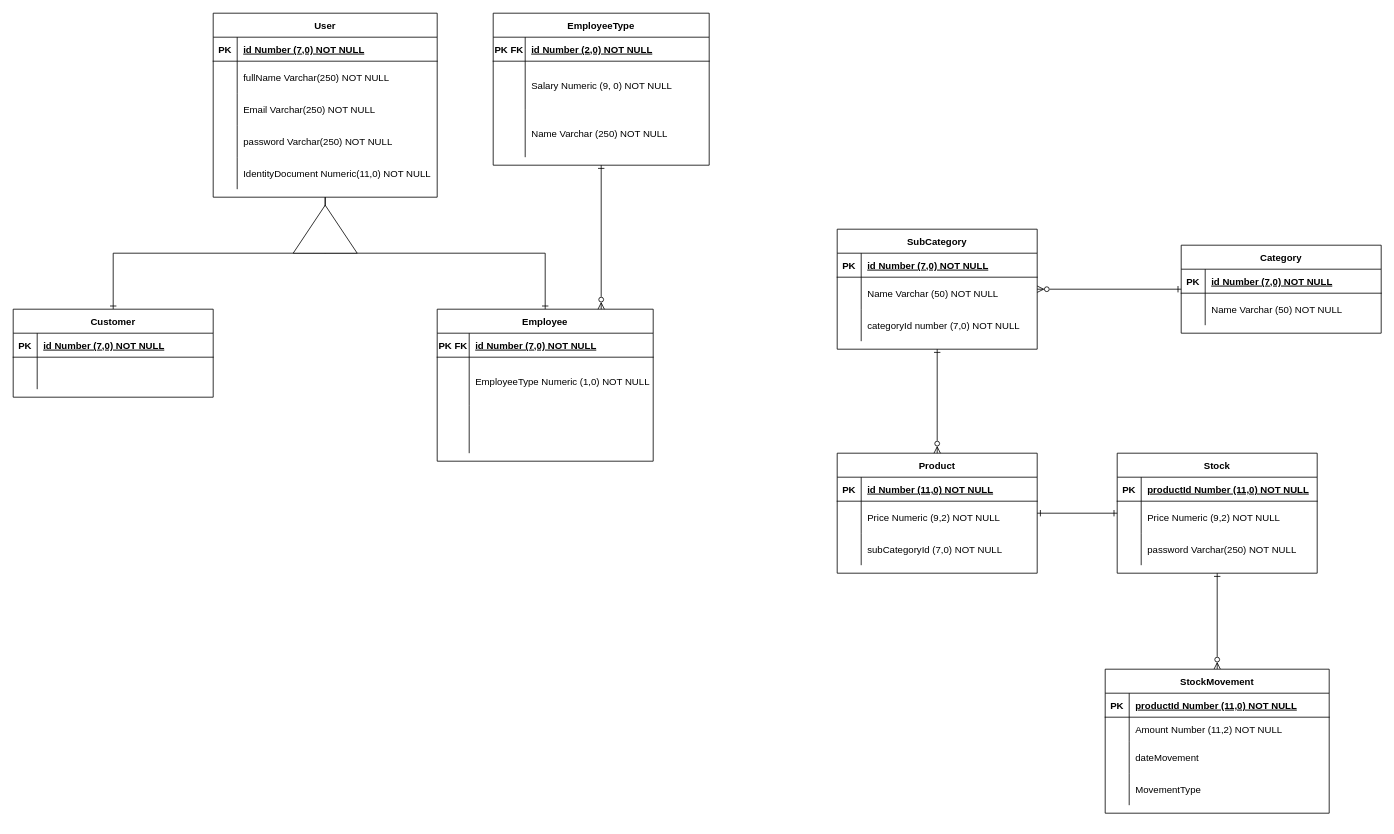
The draw.io diagram SuperMarketModeling.drawio in AlysonGJorge/SuperMarket-Backend-NestJs, before the edit. Source tidied: cells renumbered, new cells numbered last; positions are measured from the earlier drawing's top-left corner, leaving out a move shared by most shapes. Both pictures are drawn from the tidied source at 80%, with x=0, y=0 at pixel (13, 13).
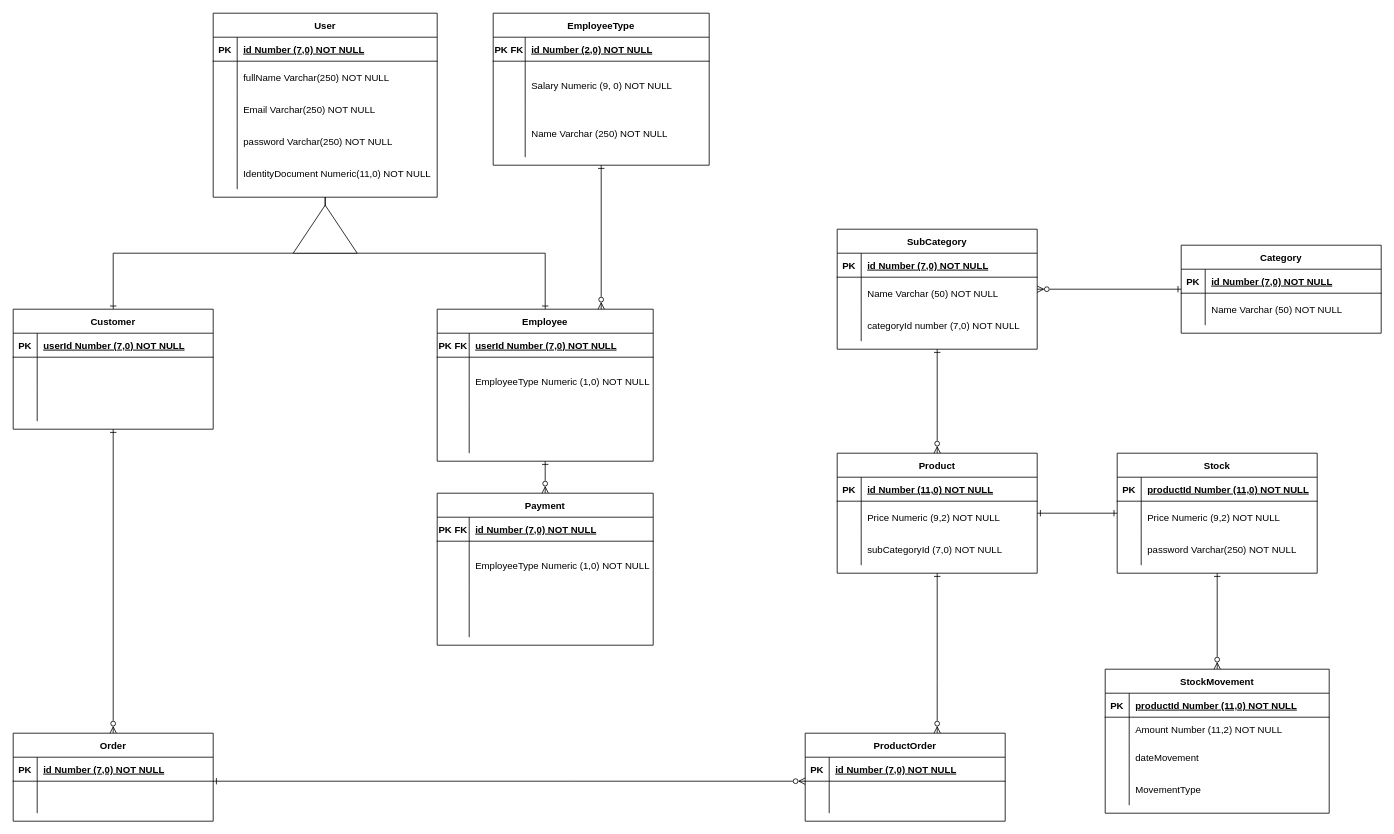
After the change.

Unchanged cells that the change refers to:
```xml
<mxCell id="21" style="shape=partialRectangle;fillColor=none;top=0;left=0;right=0;bottom=1;" parent="20" vertex="1">
  <mxGeometry y="30" width="250" height="30" as="geometry" />
</mxCell>
<mxCell id="27" value="Employee" style="shape=table;startSize=30;childLayout=tableLayout;rowLines=0;fontStyle=1;align=center;" parent="1" vertex="1">
  <mxGeometry x="530" y="370" width="270" height="190" as="geometry" />
</mxCell>
<mxCell id="28" style="shape=partialRectangle;fillColor=none;top=0;left=0;right=0;bottom=1;" parent="27" vertex="1">
  <mxGeometry y="30" width="270" height="30" as="geometry" />
</mxCell>
<mxCell id="49" value="Product" style="shape=table;startSize=30;childLayout=tableLayout;rowLines=0;fontStyle=1;align=center;" parent="1" vertex="1">
  <mxGeometry x="1030" y="550" width="250" height="150" as="geometry" />
</mxCell>
```

Change to the diagram source:
```diff
@@
+    <mxCell id="103" style="edgeStyle=orthogonalEdgeStyle;rounded=0;jettySize=auto;html=1;entryX=0.5;entryY=0;entryDx=0;entryDy=0;endArrow=ERzeroToMany;endFill=0;startArrow=ERone;startFill=0;" parent="1" edge="1" source="20" target="108">
+      <mxGeometry relative="1" as="geometry" />
+    </mxCell>
     <mxCell id="20" value="Customer" style="shape=table;startSize=30;childLayout=tableLayout;rowLines=0;fontStyle=1;align=center;" parent="1" vertex="1">
-      <mxGeometry y="370" width="250" height="110" as="geometry" />
+      <mxGeometry y="370" width="250" height="150" as="geometry" />
     </mxCell>
@@
-    <mxCell id="23" value="id Number (7,0) NOT NULL" style="shape=partialRectangle;overflow=hidden;fillColor=none;top=0;left=0;bottom=0;right=0;align=left;spacingLeft=6;fontStyle=5;" parent="21" vertex="1">
+    <mxCell id="23" value="userId Number (7,0) NOT NULL" style="shape=partialRectangle;overflow=hidden;fillColor=none;top=0;left=0;bottom=0;right=0;align=left;spacingLeft=6;fontStyle=5;" parent="21" vertex="1">
       <mxGeometry x="30" width="220" height="30" as="geometry" />
     </mxCell>
@@
+    <mxCell id="104" style="shape=partialRectangle;fillColor=none;top=0;left=0;right=0;bottom=0;" parent="20" vertex="1">
+      <mxGeometry y="100" width="250" height="40" as="geometry" />
+    </mxCell>
+    <mxCell id="105" style="shape=partialRectangle;overflow=hidden;fillColor=none;top=0;left=0;bottom=0;right=0;" parent="104" vertex="1">
+      <mxGeometry width="30" height="40" as="geometry" />
+    </mxCell>
+    <mxCell id="106" style="shape=partialRectangle;overflow=hidden;fillColor=none;top=0;left=0;bottom=0;right=0;align=left;spacingLeft=6;" parent="104" vertex="1">
+      <mxGeometry x="30" width="220" height="40" as="geometry" />
+    </mxCell>
@@
-    <mxCell id="30" value="id Number (7,0) NOT NULL" style="shape=partialRectangle;overflow=hidden;fillColor=none;top=0;left=0;bottom=0;right=0;align=left;spacingLeft=6;fontStyle=5;" parent="28" vertex="1">
+    <mxCell id="30" value="userId Number (7,0) NOT NULL" style="shape=partialRectangle;overflow=hidden;fillColor=none;top=0;left=0;bottom=0;right=0;align=left;spacingLeft=6;fontStyle=5;" parent="28" vertex="1">
       <mxGeometry x="40" width="230" height="30" as="geometry" />
     </mxCell>
@@
+    <mxCell id="107" style="edgeStyle=orthogonalEdgeStyle;rounded=0;jettySize=auto;html=1;endArrow=ERzeroToMany;endFill=0;startArrow=ERone;startFill=0;" parent="1" edge="1" source="108" target="116">
+      <mxGeometry relative="1" as="geometry">
+        <Array as="points">
+          <mxPoint x="700" y="960" />
+          <mxPoint x="700" y="960" />
+        </Array>
+      </mxGeometry>
+    </mxCell>
+    <mxCell id="108" value="Order" style="shape=table;startSize=30;childLayout=tableLayout;rowLines=0;fontStyle=1;align=center;" parent="1" vertex="1">
+      <mxGeometry y="900" width="250" height="110" as="geometry" />
+    </mxCell>
+    <mxCell id="109" style="shape=partialRectangle;fillColor=none;top=0;left=0;right=0;bottom=1;" parent="108" vertex="1">
+      <mxGeometry y="30" width="250" height="30" as="geometry" />
+    </mxCell>
+    <mxCell id="110" value="PK" style="shape=partialRectangle;overflow=hidden;fillColor=none;top=0;left=0;bottom=0;right=0;fontStyle=1;" parent="109" vertex="1">
+      <mxGeometry width="30" height="30" as="geometry" />
+    </mxCell>
+    <mxCell id="111" value="id Number (7,0) NOT NULL" style="shape=partialRectangle;overflow=hidden;fillColor=none;top=0;left=0;bottom=0;right=0;align=left;spacingLeft=6;fontStyle=5;" parent="109" vertex="1">
+      <mxGeometry x="30" width="220" height="30" as="geometry" />
+    </mxCell>
+    <mxCell id="112" style="shape=partialRectangle;fillColor=none;top=0;left=0;right=0;bottom=0;" parent="108" vertex="1">
+      <mxGeometry y="60" width="250" height="40" as="geometry" />
+    </mxCell>
+    <mxCell id="113" style="shape=partialRectangle;overflow=hidden;fillColor=none;top=0;left=0;bottom=0;right=0;" parent="112" vertex="1">
+      <mxGeometry width="30" height="40" as="geometry" />
+    </mxCell>
+    <mxCell id="114" style="shape=partialRectangle;overflow=hidden;fillColor=none;top=0;left=0;bottom=0;right=0;align=left;spacingLeft=6;" parent="112" vertex="1">
+      <mxGeometry x="30" width="220" height="40" as="geometry" />
+    </mxCell>
+    <mxCell id="115" style="edgeStyle=orthogonalEdgeStyle;rounded=0;jettySize=auto;html=1;startArrow=ERzeroToMany;startFill=0;endArrow=ERone;endFill=0;" parent="1" edge="1" source="116" target="49">
+      <mxGeometry relative="1" as="geometry">
+        <Array as="points">
+          <mxPoint x="1155" y="835" />
+        </Array>
+      </mxGeometry>
+    </mxCell>
+    <mxCell id="116" value="ProductOrder" style="shape=table;startSize=30;childLayout=tableLayout;rowLines=0;fontStyle=1;align=center;" parent="1" vertex="1">
+      <mxGeometry x="990" y="900" width="250" height="110" as="geometry" />
+    </mxCell>
+    <mxCell id="117" style="shape=partialRectangle;fillColor=none;top=0;left=0;right=0;bottom=1;" parent="116" vertex="1">
+      <mxGeometry y="30" width="250" height="30" as="geometry" />
+    </mxCell>
+    <mxCell id="118" value="PK" style="shape=partialRectangle;overflow=hidden;fillColor=none;top=0;left=0;bottom=0;right=0;fontStyle=1;" parent="117" vertex="1">
+      <mxGeometry width="30" height="30" as="geometry" />
+    </mxCell>
+    <mxCell id="119" value="id Number (7,0) NOT NULL" style="shape=partialRectangle;overflow=hidden;fillColor=none;top=0;left=0;bottom=0;right=0;align=left;spacingLeft=6;fontStyle=5;" parent="117" vertex="1">
+      <mxGeometry x="30" width="220" height="30" as="geometry" />
+    </mxCell>
+    <mxCell id="120" style="shape=partialRectangle;fillColor=none;top=0;left=0;right=0;bottom=0;" parent="116" vertex="1">
+      <mxGeometry y="60" width="250" height="40" as="geometry" />
+    </mxCell>
+    <mxCell id="121" style="shape=partialRectangle;overflow=hidden;fillColor=none;top=0;left=0;bottom=0;right=0;" parent="120" vertex="1">
+      <mxGeometry width="30" height="40" as="geometry" />
+    </mxCell>
+    <mxCell id="122" style="shape=partialRectangle;overflow=hidden;fillColor=none;top=0;left=0;bottom=0;right=0;align=left;spacingLeft=6;" parent="120" vertex="1">
+      <mxGeometry x="30" width="220" height="40" as="geometry" />
+    </mxCell>
+    <mxCell id="123" style="edgeStyle=orthogonalEdgeStyle;rounded=0;jettySize=auto;html=1;endArrow=ERone;endFill=0;startArrow=ERzeroToMany;startFill=0;" parent="1" edge="1" source="124" target="27">
+      <mxGeometry relative="1" as="geometry" />
+    </mxCell>
+    <mxCell id="124" value="Payment" style="shape=table;startSize=30;childLayout=tableLayout;rowLines=0;fontStyle=1;align=center;" parent="1" vertex="1">
+      <mxGeometry x="530" y="600" width="270" height="190" as="geometry" />
+    </mxCell>
+    <mxCell id="125" style="shape=partialRectangle;fillColor=none;top=0;left=0;right=0;bottom=1;" parent="124" vertex="1">
+      <mxGeometry y="30" width="270" height="30" as="geometry" />
+    </mxCell>
+    <mxCell id="126" value="PK FK" style="shape=partialRectangle;overflow=hidden;fillColor=none;top=0;left=0;bottom=0;right=0;fontStyle=1;" parent="125" vertex="1">
+      <mxGeometry width="40" height="30" as="geometry" />
+    </mxCell>
+    <mxCell id="127" value="id Number (7,0) NOT NULL" style="shape=partialRectangle;overflow=hidden;fillColor=none;top=0;left=0;bottom=0;right=0;align=left;spacingLeft=6;fontStyle=5;" parent="125" vertex="1">
+      <mxGeometry x="40" width="230" height="30" as="geometry" />
+    </mxCell>
+    <mxCell id="128" style="shape=partialRectangle;fillColor=none;top=0;left=0;right=0;bottom=0;" parent="124" vertex="1">
+      <mxGeometry y="60" width="270" height="60" as="geometry" />
+    </mxCell>
+    <mxCell id="129" style="shape=partialRectangle;overflow=hidden;fillColor=none;top=0;left=0;bottom=0;right=0;" parent="128" vertex="1">
+      <mxGeometry width="40" height="60" as="geometry" />
+    </mxCell>
+    <mxCell id="130" value="EmployeeType Numeric (1,0) NOT NULL" style="shape=partialRectangle;overflow=hidden;fillColor=none;top=0;left=0;bottom=0;right=0;align=left;spacingLeft=6;" parent="128" vertex="1">
+      <mxGeometry x="40" width="230" height="60" as="geometry" />
+    </mxCell>
+    <mxCell id="131" style="shape=partialRectangle;fillColor=none;top=0;left=0;right=0;bottom=0;" parent="124" vertex="1">
+      <mxGeometry y="120" width="270" height="60" as="geometry" />
+    </mxCell>
+    <mxCell id="132" style="shape=partialRectangle;overflow=hidden;fillColor=none;top=0;left=0;bottom=0;right=0;" parent="131" vertex="1">
+      <mxGeometry width="40" height="60" as="geometry" />
+    </mxCell>
+    <mxCell id="133" style="shape=partialRectangle;overflow=hidden;fillColor=none;top=0;left=0;bottom=0;right=0;align=left;spacingLeft=6;" parent="131" vertex="1">
+      <mxGeometry x="40" width="230" height="60" as="geometry" />
+    </mxCell>
```
